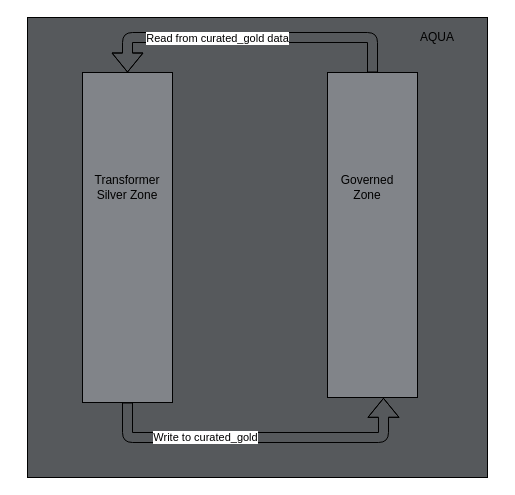
Before: src/main/resources/Data_overview.drawio in mdfarooqii/arisketl, a draw.io diagram. Source tidied: cells renumbered, new cells numbered last; positions are measured from the earlier drawing's top-left corner, leaving out a move shared by most shapes. Both pictures are drawn from the tidied source at 100%, with x=0, y=0 at pixel (-38, 17).
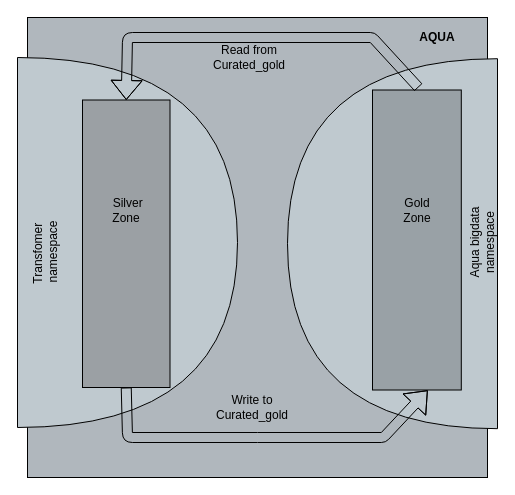
The same page after the edit.

Unchanged cells that the change refers to:
```xml
<mxCell id="8" style="shape=flexArrow;endArrow=classic;html=1;exitX=1;exitY=0.5;exitDx=0;exitDy=0;entryX=1.001;entryY=0.378;entryDx=0;entryDy=0;entryPerimeter=0;" parent="1" edge="1" source="3" target="4">
  <mxGeometry relative="1" as="geometry">
    <Array as="points">
      <mxPoint x="165" y="420" />
      <mxPoint x="295" y="420" />
      <mxPoint x="421" y="420" />
    </Array>
  </mxGeometry>
</mxCell>
```

Diff of the diagram source:
```diff
@@
-    <mxCell id="2" style="whiteSpace=wrap;html=1;fillColor=#56595C;" parent="1" vertex="1">
+    <mxCell id="2" style="whiteSpace=wrap;html=1;fillColor=#B0b7bd;" parent="1" vertex="1">
       <mxGeometry x="65" width="460" height="460" as="geometry" />
     </mxCell>
+    <mxCell id="12" style="shape=or;whiteSpace=wrap;html=1;fillColor=#Bfc9cf;direction=west;" parent="1" vertex="1">
+      <mxGeometry x="325" y="41.2" width="210" height="370" as="geometry" />
+    </mxCell>
+    <mxCell id="13" style="shape=or;whiteSpace=wrap;html=1;fillColor=#Bfc9cf;" parent="1" vertex="1">
+      <mxGeometry x="55" y="40" width="220" height="370" as="geometry" />
+    </mxCell>
-    <mxCell id="3" style="rounded=0;whiteSpace=wrap;html=1;fillColor=#818489;rotation=90;" parent="1" vertex="1">
-      <mxGeometry y="175" width="330" height="90" as="geometry" />
+    <mxCell id="3" style="rounded=0;whiteSpace=wrap;html=1;fillColor=#9ba0a4;rotation=90;" parent="1" vertex="1">
+      <mxGeometry x="20" y="182.5" width="287.5" height="87.5" as="geometry" />
     </mxCell>
-    <mxCell id="4" style="rounded=0;whiteSpace=wrap;html=1;fillColor=#818489;rotation=90;" parent="1" vertex="1">
-      <mxGeometry x="247.5" y="172.5" width="325" height="90" as="geometry" />
+    <mxCell id="4" style="rounded=0;whiteSpace=wrap;html=1;fillColor=#99a1a6;rotation=90;" parent="1" vertex="1">
+      <mxGeometry x="304.4" y="178.1" width="300" height="88.8" as="geometry" />
     </mxCell>
-    <mxCell id="5" value="AQUA" style="text;html=1;strokeColor=none;fillColor=none;align=center;verticalAlign=middle;whiteSpace=wrap;rounded=0;" parent="1" vertex="1">
+    <mxCell id="5" value="&lt;b&gt;AQUA&lt;/b&gt;" style="text;html=1;strokeColor=none;fillColor=none;align=center;verticalAlign=middle;whiteSpace=wrap;rounded=0;" parent="1" vertex="1">
       <mxGeometry x="455" y="10" width="40" height="20" as="geometry" />
     </mxCell>
-    <mxCell id="6" value="Governed Zone" style="text;html=1;strokeColor=none;fillColor=none;align=center;verticalAlign=middle;whiteSpace=wrap;rounded=0;" parent="1" vertex="1">
-      <mxGeometry x="385" y="160" width="40" height="20" as="geometry" />
+    <mxCell id="6" value="Gold Zone" style="text;html=1;strokeColor=none;fillColor=none;align=center;verticalAlign=middle;whiteSpace=wrap;rounded=0;" parent="1" vertex="1">
+      <mxGeometry x="435" y="182.5" width="40" height="20" as="geometry" />
     </mxCell>
-    <mxCell id="7" value="Transformer Silver Zone" style="text;html=1;strokeColor=none;fillColor=none;align=center;verticalAlign=middle;whiteSpace=wrap;rounded=0;" parent="1" vertex="1">
-      <mxGeometry x="145" y="160" width="40" height="20" as="geometry" />
+    <mxCell id="7" value="&amp;nbsp;Silver Zone" style="text;html=1;strokeColor=none;fillColor=none;align=center;verticalAlign=middle;whiteSpace=wrap;rounded=0;" parent="1" vertex="1">
+      <mxGeometry x="143.8" y="182.5" width="40" height="20" as="geometry" />
     </mxCell>
@@
-    <mxCell id="9" value="Write to curated_gold" style="edgeLabel;html=1;align=center;verticalAlign=middle;" parent="8" vertex="1">
-      <mxGeometry x="-0.32" y="1" relative="1" as="geometry" />
-    </mxCell>
-    <mxCell id="10" style="shape=flexArrow;endArrow=classic;html=1;exitX=0;exitY=0.5;exitDx=0;exitDy=0;entryX=0;entryY=0.5;entryDx=0;entryDy=0;" parent="1" edge="1" source="4" target="3">
+    <mxCell id="10" style="shape=flexArrow;endArrow=classic;html=1;entryX=0;entryY=0.5;entryDx=0;entryDy=0;" parent="1" edge="1" target="3">
       <mxGeometry relative="1" as="geometry">
+        <mxPoint x="456" y="70" as="sourcePoint" />
         <Array as="points">
           <mxPoint x="410" y="20" />
           <mxPoint x="165" y="20" />
         </Array>
       </mxGeometry>
     </mxCell>
-    <mxCell id="11" value="Read from curated_gold data" style="edgeLabel;html=1;align=center;verticalAlign=middle;fillColor=#E6E6E6;" parent="10" vertex="1">
+    <mxCell id="11" style="edgeLabel;html=1;align=center;verticalAlign=middle;fillColor=#E6E6E6;" parent="10" vertex="1">
       <mxGeometry x="0.48" y="3" relative="1" as="geometry">
         <mxPoint x="42" y="-3" as="offset" />
       </mxGeometry>
     </mxCell>
+    <mxCell id="14" value="Read from Curated_gold" style="text;html=1;strokeColor=none;fillColor=none;align=center;verticalAlign=middle;whiteSpace=wrap;rounded=0;" parent="1" vertex="1">
+      <mxGeometry x="247.5" y="30" width="77.5" height="20" as="geometry" />
+    </mxCell>
+    <mxCell id="15" value="Write to Curated_gold" style="text;html=1;strokeColor=none;fillColor=none;align=center;verticalAlign=middle;whiteSpace=wrap;rounded=0;" parent="1" vertex="1">
+      <mxGeometry x="255" y="380" width="70" height="20" as="geometry" />
+    </mxCell>
+    <mxCell id="16" value="Transfomer&amp;nbsp;&lt;br&gt;namespace" style="text;html=1;strokeColor=none;fillColor=none;align=center;verticalAlign=middle;whiteSpace=wrap;rounded=0;rotation=270;" parent="1" vertex="1">
+      <mxGeometry x="27.5" y="222.5" width="110" height="25" as="geometry" />
+    </mxCell>
+    <mxCell id="17" value="Aqua bigdata&lt;br&gt;namespace" style="text;html=1;strokeColor=none;fillColor=none;align=center;verticalAlign=middle;whiteSpace=wrap;rounded=0;rotation=270;" parent="1" vertex="1">
+      <mxGeometry x="465" y="212.5" width="110" height="25" as="geometry" />
+    </mxCell>
```
